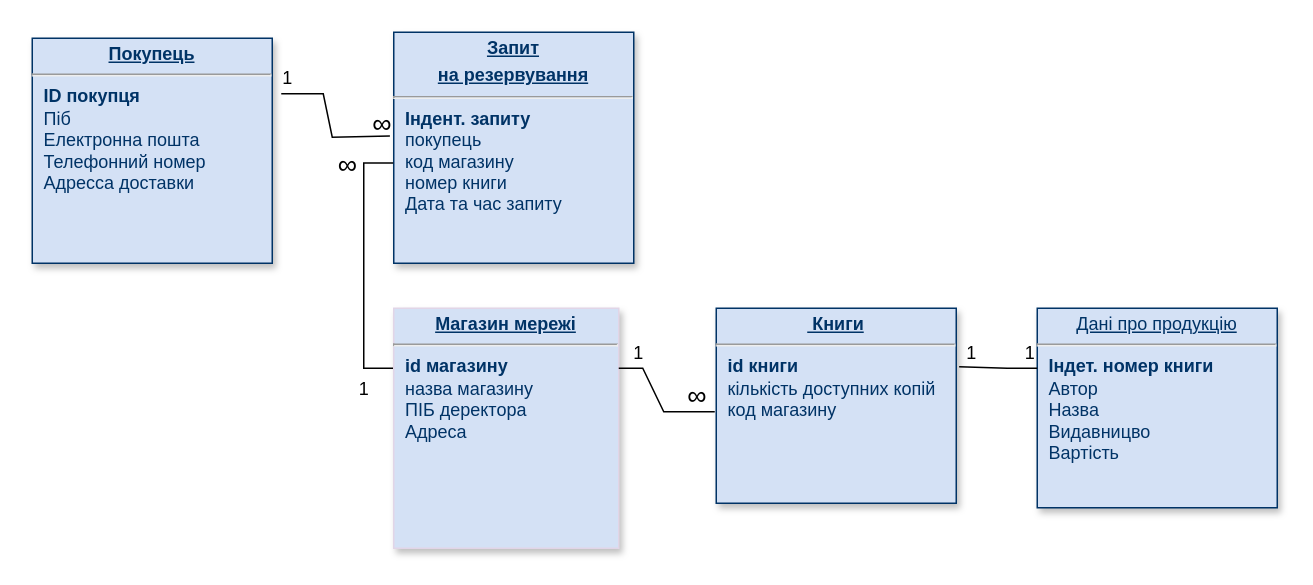
Earlier version of the draw.io diagram Диаграмма без названия.drawio (VadimKeranov/drawio). Source tidied: cells renumbered, new cells numbered last; positions are measured from the earlier drawing's top-left corner, leaving out a move shared by most shapes. Both pictures are drawn from the tidied source at 150%, with x=0, y=0 at pixel (32, 32).
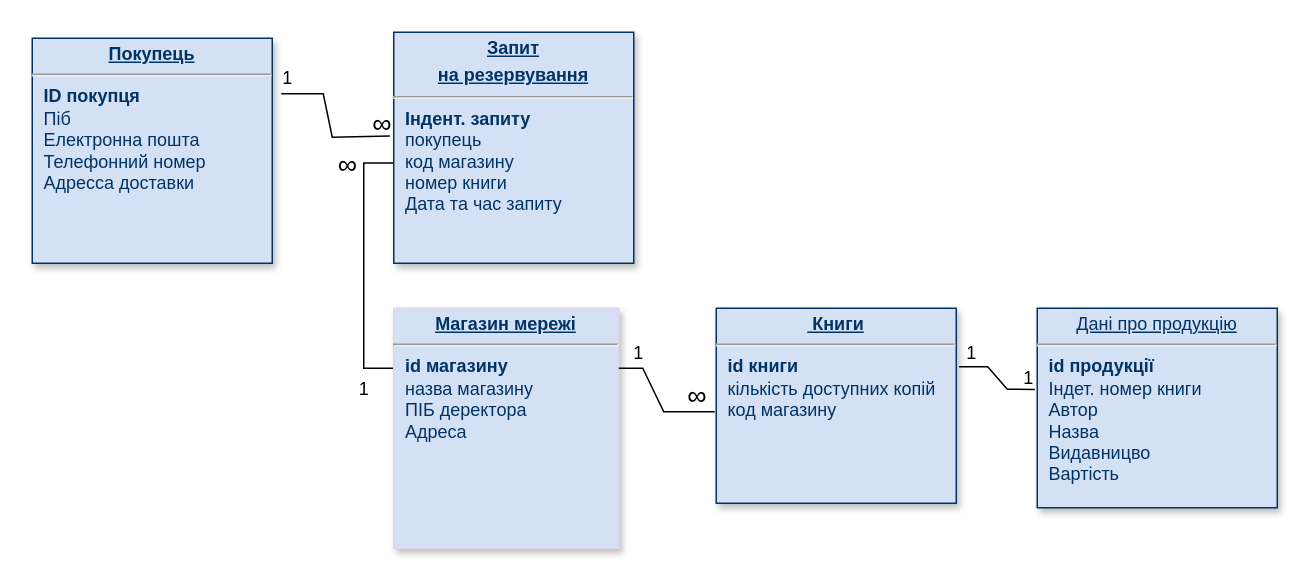
After the change.

The change refers to these unchanged cells:
```xml
<mxCell id="3" value="&lt;p style=&quot;margin: 0px; margin-top: 4px; text-align: center; text-decoration: underline;&quot;&gt;&lt;b&gt;&amp;nbsp;Книги&lt;/b&gt;&lt;/p&gt;&lt;hr&gt;&lt;p style=&quot;margin: 0px; margin-left: 8px;&quot;&gt;&lt;b&gt;id книги&lt;/b&gt;&lt;/p&gt;&lt;p style=&quot;margin: 0px; margin-left: 8px;&quot;&gt;&lt;span style=&quot;background-color: initial;&quot;&gt;кількість доступних копій&lt;/span&gt;&lt;br&gt;&lt;/p&gt;&lt;p style=&quot;margin: 0px; margin-left: 8px;&quot;&gt;код магазину&lt;br&gt;&lt;br&gt;&lt;br&gt;&lt;/p&gt;" style="verticalAlign=top;align=left;overflow=fill;fontSize=12;fontFamily=Helvetica;html=1;strokeColor=#003366;shadow=1;fillColor=#D4E1F5;fontColor=#003366;" parent="1" vertex="1">
  <mxGeometry x="456" y="184" width="160" height="130" as="geometry" />
</mxCell>
```

Change to the diagram source:
```diff
@@
-    <mxCell id="4" value="&lt;p style=&quot;margin: 0px; margin-top: 4px; text-align: center; text-decoration: underline;&quot;&gt;Дані про продукцію&lt;/p&gt;&lt;hr&gt;&lt;p style=&quot;margin: 0px; margin-left: 8px;&quot;&gt;&lt;b&gt;Індет. номер книги&lt;/b&gt;&lt;br&gt;Автор&lt;/p&gt;&lt;p style=&quot;margin: 0px; margin-left: 8px;&quot;&gt;Назва&lt;br&gt;Видавницво&lt;br&gt;Вартість&lt;br&gt;&lt;br&gt;&lt;br&gt;&lt;/p&gt;" style="verticalAlign=top;align=left;overflow=fill;fontSize=12;fontFamily=Helvetica;html=1;strokeColor=#003366;shadow=1;fillColor=#D4E1F5;fontColor=#003366;" parent="1" vertex="1">
+    <mxCell id="4" value="&lt;p style=&quot;margin: 0px; margin-top: 4px; text-align: center; text-decoration: underline;&quot;&gt;Дані про продукцію&lt;/p&gt;&lt;hr&gt;&lt;p style=&quot;margin: 0px; margin-left: 8px;&quot;&gt;&lt;b&gt;id продукції&lt;/b&gt;&lt;br&gt;Індет. номер книги&lt;br&gt;Автор&lt;/p&gt;&lt;p style=&quot;margin: 0px; margin-left: 8px;&quot;&gt;Назва&lt;br&gt;Видавницво&lt;br&gt;Вартість&lt;br&gt;&lt;br&gt;&lt;br&gt;&lt;/p&gt;" style="verticalAlign=top;align=left;overflow=fill;fontSize=12;fontFamily=Helvetica;html=1;strokeColor=#003366;shadow=1;fillColor=#D4E1F5;fontColor=#003366;" parent="1" vertex="1">
       <mxGeometry x="670" y="184" width="160" height="133" as="geometry" />
     </mxCell>
@@
-    <mxCell id="14" style="endArrow=none;html=1;rounded=0;exitX=1.012;exitY=0.3;exitDx=0;exitDy=0;exitPerimeter=0;" parent="1" edge="1" source="3">
+    <mxCell id="14" style="endArrow=none;html=1;rounded=0;exitX=1.012;exitY=0.3;exitDx=0;exitDy=0;exitPerimeter=0;entryX=-0.01;entryY=0.407;entryDx=0;entryDy=0;entryPerimeter=0;" parent="1" edge="1" source="3" target="4">
       <mxGeometry relative="1" as="geometry">
-        <mxPoint x="670" y="224" as="targetPoint" />
         <Array as="points">
-          <mxPoint x="650" y="224" />
+          <mxPoint x="637" y="223" />
+          <mxPoint x="650" y="238" />
         </Array>
       </mxGeometry>
     </mxCell>
@@
     <mxCell id="17" value="&lt;font style=&quot;font-size: 12px;&quot;&gt;1&lt;/font&gt;" style="text;html=1;align=center;verticalAlign=middle;strokeColor=none;fillColor=none;rotation=0;" parent="1" vertex="1">
-      <mxGeometry x="652" y="201" width="25" height="26" as="geometry" />
+      <mxGeometry x="651" y="218" width="25" height="26" as="geometry" />
     </mxCell>
```
